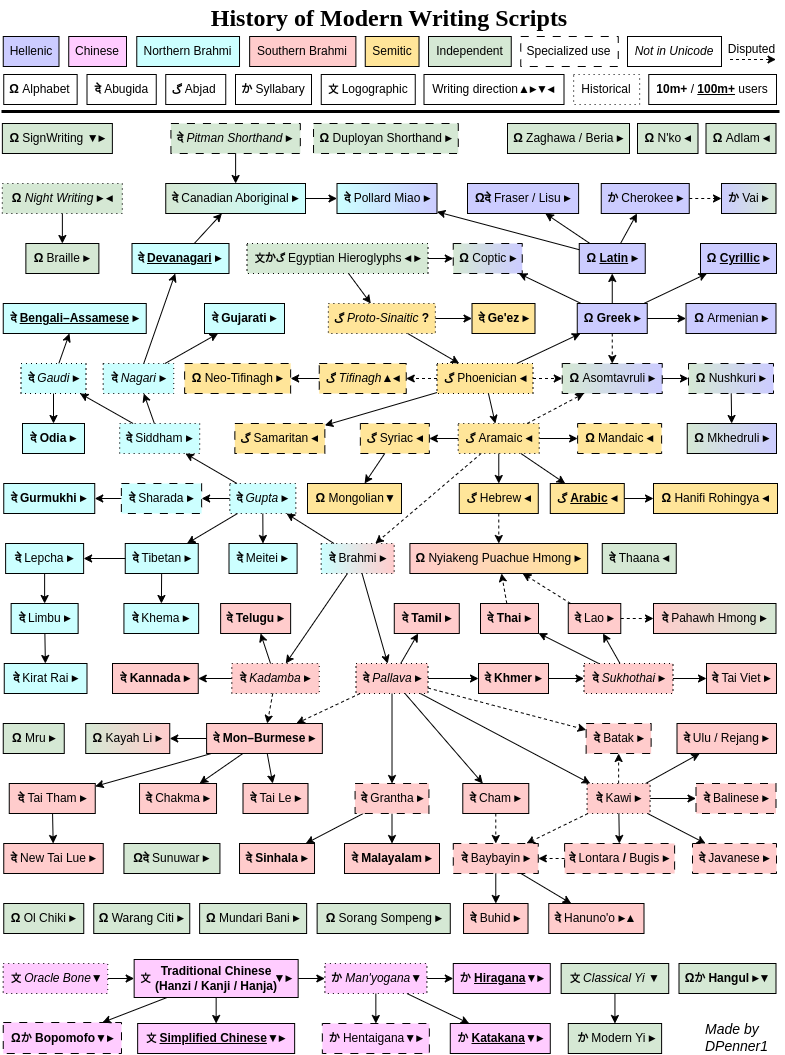
This is Modern Script History.png from DPenner1/WritingSystemHistory, a draw.io export, as it was before one commit. Source tidied: cells renumbered, new cells last; positions are measured from the earlier drawing's top-left corner, leaving out a move shared by most shapes.
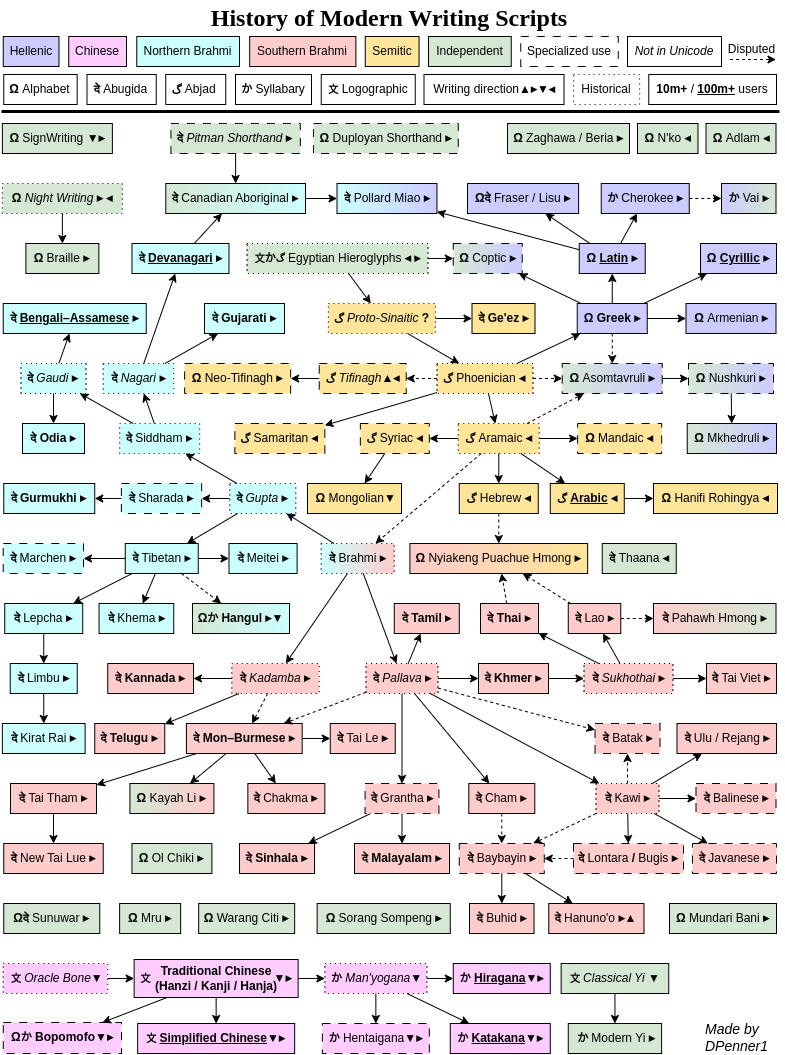
After the change.

What changed in the source:
```diff
@@ -102,7 +102,7 @@
       <mxGeometry x="477" y="663" width="70" height="30" as="geometry" />
     </mxCell>
     <mxCell id="35" value="&lt;b style=&quot;font-style: normal;&quot;&gt;दे&amp;nbsp;&lt;/b&gt;Pallava&lt;span style=&quot;font-style: normal; font-weight: 700;&quot;&gt;&amp;nbsp;▸&lt;/span&gt;" style="whiteSpace=wrap;html=1;dashed=1;dashPattern=1 4;fillColor=#FFCCCC;fontStyle=2;" parent="1" vertex="1">
-      <mxGeometry x="354.5" y="663" width="72" height="30" as="geometry" />
+      <mxGeometry x="364.5" y="663" width="72" height="30" as="geometry" />
     </mxCell>
     <mxCell id="36" style="endArrow=classic;html=1;" parent="1" edge="1" source="19" target="35">
       <mxGeometry x="303" y="585" as="geometry" />
@@ -120,7 +120,7 @@
       <mxGeometry x="850" y="835" as="geometry" />
     </mxCell>
     <mxCell id="41" value="&lt;b&gt;दे Mon&lt;/b&gt;–Burmese&amp;nbsp;▸" style="whiteSpace=wrap;html=1;fontStyle=1;fillColor=#FFCCCC;" parent="1" vertex="1">
-      <mxGeometry x="205.1" y="723" width="115.8" height="30" as="geometry" />
+      <mxGeometry x="184.9" y="723" width="115.8" height="30" as="geometry" />
     </mxCell>
     <mxCell id="42" style="endArrow=classic;html=1;dashed=1;" parent="1" edge="1" source="35" target="41">
       <mxGeometry x="636" y="705" as="geometry" />
@@ -132,10 +132,10 @@
       <mxGeometry x="230.2" y="663" width="87.5" height="30" as="geometry" />
     </mxCell>
     <mxCell id="45" value="&lt;b&gt;दे&amp;nbsp;&lt;/b&gt;Telugu&amp;nbsp;▸" style="whiteSpace=wrap;html=1;fontStyle=1;fillColor=#FFCCCC;" parent="1" vertex="1">
-      <mxGeometry x="219.1" y="603" width="70" height="30" as="geometry" />
+      <mxGeometry x="93.2" y="723" width="70" height="30" as="geometry" />
     </mxCell>
     <mxCell id="46" value="&lt;b&gt;दे&amp;nbsp;&lt;/b&gt;Kannada&amp;nbsp;▸" style="whiteSpace=wrap;html=1;fontStyle=1;fillColor=#FFCCCC;" parent="1" vertex="1">
-      <mxGeometry x="111" y="663" width="85.8" height="30" as="geometry" />
+      <mxGeometry x="106.2" y="663" width="85.8" height="30" as="geometry" />
     </mxCell>
     <mxCell id="47" style="endArrow=classic;html=1;" parent="1" edge="1" source="44" target="45">
       <mxGeometry x="584" y="637" as="geometry" />
@@ -188,8 +188,8 @@
     <mxCell id="63" style="endArrow=classic;html=1;" parent="1" edge="1" source="140" target="62">
       <mxGeometry x="860" y="845" as="geometry" />
     </mxCell>
-    <mxCell id="64" value="&lt;b&gt;Ω&lt;/b&gt;&lt;span style=&quot;font-size: 11px;&quot;&gt;か&amp;nbsp;&lt;/span&gt;Hangul ▸&lt;b&gt;▼&lt;/b&gt;" style="whiteSpace=wrap;html=1;fontStyle=1;fillColor=#D5E8D4;" parent="1" vertex="1">
-      <mxGeometry x="677.5" y="963" width="97" height="30" as="geometry" />
+    <mxCell id="64" value="&lt;b&gt;Ω&lt;/b&gt;&lt;span style=&quot;font-size: 11px;&quot;&gt;か&amp;nbsp;&lt;/span&gt;Hangul ▸&lt;b&gt;▼&lt;/b&gt;" style="whiteSpace=wrap;html=1;fontStyle=1;fillColor=#D5E8D4;gradientColor=#CCFFFF;gradientDirection=east;" parent="1" vertex="1">
+      <mxGeometry x="191" y="603" width="97" height="30" as="geometry" />
     </mxCell>
     <mxCell id="65" value="&lt;span style=&quot;font-weight: 700;&quot;&gt;&lt;font style=&quot;font-size: 10px;&quot;&gt;&amp;nbsp;文&lt;/font&gt;&lt;/span&gt;&lt;span style=&quot;font-size: 11px; font-weight: 700;&quot;&gt;&amp;nbsp;&lt;/span&gt;&lt;i&gt;Oracle Bone&lt;/i&gt;&lt;b&gt;▼&lt;/b&gt;" style="whiteSpace=wrap;html=1;dashed=1;dashPattern=1 4;fillColor=#FFCCFF;" parent="1" vertex="1">
       <mxGeometry x="1.8" y="963" width="104.5" height="30" as="geometry" />
@@ -255,7 +255,7 @@
       <mxGeometry x="2.2" y="483" width="91" height="30" as="geometry" />
     </mxCell>
     <mxCell id="86" value="&lt;b style=&quot;font-style: normal;&quot;&gt;दे&amp;nbsp;&lt;/b&gt;&lt;span style=&quot;font-style: normal;&quot;&gt;Kawi&lt;/span&gt;&lt;span style=&quot;font-style: normal; font-weight: 700;&quot;&gt;&amp;nbsp;▸&lt;/span&gt;" style="whiteSpace=wrap;html=1;dashed=1;dashPattern=1 4;fillColor=#FFCCCC;fontStyle=2;" parent="1" vertex="1">
-      <mxGeometry x="585.6" y="783" width="63" height="30" as="geometry" />
+      <mxGeometry x="594.5" y="783" width="63" height="30" as="geometry" />
     </mxCell>
     <mxCell id="87" style="endArrow=classic;html=1;" parent="1" edge="1" source="35" target="86">
       <mxGeometry x="661" y="740" as="geometry" />
@@ -267,7 +267,7 @@
       <mxGeometry x="238" y="843" width="75" height="30" as="geometry" />
     </mxCell>
     <mxCell id="90" value="&lt;b&gt;दे&amp;nbsp;&lt;/b&gt;Malayalam&amp;nbsp;▸" style="whiteSpace=wrap;html=1;fontStyle=1;fillColor=#FFCCCC;" parent="1" vertex="1">
-      <mxGeometry x="343" y="843" width="95" height="30" as="geometry" />
+      <mxGeometry x="353" y="843" width="95" height="30" as="geometry" />
     </mxCell>
     <mxCell id="91" value="&lt;span style=&quot;font-weight: 700;&quot;&gt;&lt;font style=&quot;font-size: 10px;&quot;&gt;文&lt;/font&gt;&lt;/span&gt;&lt;span style=&quot;font-size: 11px; font-weight: 700;&quot;&gt;&amp;nbsp;&lt;/span&gt;&lt;i&gt;Classical Yi&lt;/i&gt;&amp;nbsp;&lt;b&gt;▼&lt;/b&gt;" style="whiteSpace=wrap;html=1;fillColor=#D5E8D4;" parent="1" vertex="1">
       <mxGeometry x="559.6" y="963" width="107.6" height="30" as="geometry" />
@@ -285,7 +285,7 @@
       <mxGeometry x="600.8" y="543" width="74" height="30" as="geometry" />
     </mxCell>
     <mxCell id="96" value="&lt;b&gt;दे&amp;nbsp;&lt;/b&gt;Batak&lt;span style=&quot;font-weight: 700;&quot;&gt;&amp;nbsp;▸&lt;/span&gt;" style="whiteSpace=wrap;html=1;fillColor=#FFCCCC;dashed=1;dashPattern=8 8;" parent="1" vertex="1">
-      <mxGeometry x="584.6" y="723" width="65" height="30" as="geometry" />
+      <mxGeometry x="593.5" y="723" width="65" height="30" as="geometry" />
     </mxCell>
     <mxCell id="97" style="endArrow=classic;html=1;dashed=1;" parent="1" edge="1" source="86" target="96">
       <mxGeometry x="303" y="585" as="geometry" />
@@ -300,13 +300,13 @@
       <mxGeometry x="973" y="830" as="geometry" />
     </mxCell>
     <mxCell id="101" value="&lt;b&gt;दे&amp;nbsp;&lt;/b&gt;Buhid&lt;span style=&quot;font-weight: 700;&quot;&gt;&amp;nbsp;▸&lt;/span&gt;" style="whiteSpace=wrap;html=1;fillColor=#FFCCCC;" parent="1" vertex="1">
-      <mxGeometry x="462" y="903" width="64.5" height="30" as="geometry" />
+      <mxGeometry x="468" y="903" width="64.5" height="30" as="geometry" />
     </mxCell>
     <mxCell id="102" style="endArrow=classic;html=1;dashed=1;" parent="1" edge="1" source="86" target="147">
       <mxGeometry x="671" y="750" as="geometry" />
     </mxCell>
     <mxCell id="103" value="&lt;b&gt;दे&amp;nbsp;&lt;/b&gt;Cham&lt;span style=&quot;font-weight: 700;&quot;&gt;&amp;nbsp;▸&lt;/span&gt;" style="whiteSpace=wrap;html=1;fontStyle=0;fillColor=#FFCCCC;" parent="1" vertex="1">
-      <mxGeometry x="461.3" y="783" width="66" height="30" as="geometry" />
+      <mxGeometry x="467.3" y="783" width="66" height="30" as="geometry" />
     </mxCell>
     <mxCell id="104" style="endArrow=classic;html=1;" parent="1" edge="1" source="35" target="103">
       <mxGeometry x="691" y="770" as="geometry" />
@@ -318,16 +318,16 @@
       <mxGeometry x="652" y="603" width="122.5" height="30" as="geometry" />
     </mxCell>
     <mxCell id="107" value="&lt;b&gt;दे&amp;nbsp;&lt;/b&gt;Tai Tham&lt;span style=&quot;font-weight: 700;&quot;&gt;&amp;nbsp;▸&lt;/span&gt;" style="whiteSpace=wrap;html=1;fillColor=#FFCCCC;" parent="1" vertex="1">
-      <mxGeometry x="7.8" y="783" width="86" height="30" as="geometry" />
+      <mxGeometry x="9" y="783" width="86" height="30" as="geometry" />
     </mxCell>
     <mxCell id="108" value="&lt;b&gt;दे&lt;/b&gt;&lt;b style=&quot;font-size: 11px;&quot;&gt;&amp;nbsp;&lt;/b&gt;Lepcha&amp;nbsp;&lt;b&gt;▸&lt;/b&gt;" style="whiteSpace=wrap;html=1;fillColor=#CCFFFF;" parent="1" vertex="1">
-      <mxGeometry x="4.1" y="543" width="78" height="30" as="geometry" />
+      <mxGeometry x="3.2" y="603" width="78" height="30" as="geometry" />
     </mxCell>
     <mxCell id="109" style="endArrow=classic;html=1;" parent="1" edge="1" source="25" target="108">
       <mxGeometry x="333" y="615" as="geometry" />
     </mxCell>
     <mxCell id="110" value="&lt;b&gt;दे&lt;/b&gt;&lt;b style=&quot;font-size: 11px;&quot;&gt;&amp;nbsp;&lt;/b&gt;Limbu&amp;nbsp;&lt;b&gt;▸&lt;/b&gt;" style="whiteSpace=wrap;html=1;fillColor=#CCFFFF;" parent="1" vertex="1">
-      <mxGeometry x="9.6" y="603" width="67" height="30" as="geometry" />
+      <mxGeometry x="8.7" y="663" width="67" height="30" as="geometry" />
     </mxCell>
     <mxCell id="111" style="endArrow=classic;html=1;" parent="1" edge="1" source="108" target="110">
       <mxGeometry x="343" y="625" as="geometry" />
@@ -366,7 +366,7 @@
       <mxGeometry x="333" y="615" as="geometry" />
     </mxCell>
     <mxCell id="123" value="&lt;b&gt;दे&amp;nbsp;&lt;/b&gt;Tai Le&lt;span style=&quot;font-weight: 700;&quot;&gt;&amp;nbsp;▸&lt;/span&gt;" style="whiteSpace=wrap;html=1;fillColor=#FFCCCC;" parent="1" vertex="1">
-      <mxGeometry x="241.5" y="783" width="65" height="30" as="geometry" />
+      <mxGeometry x="328.7" y="723" width="65" height="30" as="geometry" />
     </mxCell>
     <mxCell id="124" style="endArrow=classic;html=1;" parent="1" edge="1" source="41" target="123">
       <mxGeometry x="313" y="595" as="geometry" />
@@ -441,7 +441,7 @@
       <mxGeometry x="850" y="835" as="geometry" />
     </mxCell>
     <mxCell id="147" value="&lt;b&gt;दे&amp;nbsp;&lt;/b&gt;Baybayin&lt;span style=&quot;font-weight: 700;&quot;&gt;&amp;nbsp;▸&lt;/span&gt;" style="whiteSpace=wrap;html=1;dashed=1;fillColor=#FFCCCC;dashPattern=8 8;" parent="1" vertex="1">
-      <mxGeometry x="451.8" y="843" width="85" height="30" as="geometry" />
+      <mxGeometry x="457.8" y="843" width="85" height="30" as="geometry" />
     </mxCell>
     <mxCell id="148" style="endArrow=classic;html=1;" parent="1" edge="1" source="147" target="101">
       <mxGeometry x="671" y="750" as="geometry" />
@@ -480,13 +480,13 @@
       <mxGeometry x="620" y="850" as="geometry" />
     </mxCell>
     <mxCell id="160" value="&lt;b&gt;Ω&lt;/b&gt;&lt;b&gt;&amp;nbsp;&lt;/b&gt;&lt;span style=&quot;font-weight: normal;&quot;&gt;Kayah Li&lt;/span&gt; ▸" style="whiteSpace=wrap;html=1;fontStyle=1;fillColor=#FFCCCC;gradientColor=#D5E8D4;gradientDirection=west;" parent="1" vertex="1">
-      <mxGeometry x="84.2" y="723" width="84" height="30" as="geometry" />
+      <mxGeometry x="128.4" y="783" width="84" height="30" as="geometry" />
     </mxCell>
     <mxCell id="161" style="endArrow=classic;html=1;" parent="1" edge="1" source="41" target="160">
       <mxGeometry x="636" y="705" as="geometry" />
     </mxCell>
     <mxCell id="162" value="&lt;b&gt;Ω&lt;/b&gt;&amp;nbsp;Ol Chiki&amp;nbsp;&lt;b&gt;▸&lt;/b&gt;" style="whiteSpace=wrap;html=1;fillColor=#D5E8D4;" parent="1" vertex="1">
-      <mxGeometry x="2.2" y="903" width="80" height="30" as="geometry" />
+      <mxGeometry x="130.4" y="843" width="80" height="30" as="geometry" />
     </mxCell>
     <mxCell id="163" value="&lt;b&gt;दे&lt;/b&gt;&lt;b style=&quot;font-size: 11px;&quot;&gt;&amp;nbsp;&lt;/b&gt;Ulu / Rejang&amp;nbsp;&lt;span style=&quot;font-weight: 700;&quot;&gt;▸&lt;/span&gt;" style="whiteSpace=wrap;html=1;fillColor=#FFCCCC;" parent="1" vertex="1">
       <mxGeometry x="675.5" y="723" width="99.5" height="30" as="geometry" />
@@ -498,7 +498,7 @@
       <mxGeometry x="227.5" y="543" width="68.1" height="30" as="geometry" />
     </mxCell>
     <mxCell id="166" value="&lt;b&gt;दे&amp;nbsp;&lt;/b&gt;Chakma&lt;span style=&quot;font-weight: 700;&quot;&gt;&amp;nbsp;▸&lt;/span&gt;" style="whiteSpace=wrap;html=1;fillColor=#FFCCCC;" parent="1" vertex="1">
-      <mxGeometry x="138" y="783" width="77" height="30" as="geometry" />
+      <mxGeometry x="246.4" y="783" width="77" height="30" as="geometry" />
     </mxCell>
     <mxCell id="167" style="endArrow=classic;html=1;" parent="1" edge="1" source="41" target="166">
       <mxGeometry x="313" y="595" as="geometry" />
@@ -510,10 +510,10 @@
       <mxGeometry x="333" y="615" as="geometry" />
     </mxCell>
     <mxCell id="170" value="&lt;b&gt;Ω&lt;/b&gt;&amp;nbsp;Mru&amp;nbsp;&lt;b&gt;▸&lt;/b&gt;" style="whiteSpace=wrap;html=1;fillColor=#D5E8D4;" parent="1" vertex="1">
-      <mxGeometry x="1.7" y="723" width="61" height="30" as="geometry" />
+      <mxGeometry x="118.1" y="903" width="61" height="30" as="geometry" />
     </mxCell>
     <mxCell id="171" value="&lt;b&gt;Ω&lt;/b&gt;&amp;nbsp;Warang Citi&amp;nbsp;&lt;b&gt;▸&lt;/b&gt;" style="whiteSpace=wrap;html=1;fillColor=#D5E8D4;" parent="1" vertex="1">
-      <mxGeometry x="92.2" y="903" width="96" height="30" as="geometry" />
+      <mxGeometry x="197.2" y="903" width="96" height="30" as="geometry" />
     </mxCell>
     <mxCell id="172" value="&lt;b&gt;Ω&amp;nbsp;&lt;/b&gt;Adlam&amp;nbsp;&lt;b&gt;◂&lt;/b&gt;" style="whiteSpace=wrap;html=1;fillColor=#D5E8D4;" parent="1" vertex="1">
       <mxGeometry x="704.5" y="123" width="70" height="30" as="geometry" />
@@ -525,7 +525,7 @@
       <mxGeometry x="662" y="472" as="geometry" />
     </mxCell>
     <mxCell id="175" value="&lt;b&gt;Ω&lt;/b&gt;&amp;nbsp;Mundari Bani&amp;nbsp;&lt;b&gt;▸&lt;/b&gt;" style="whiteSpace=wrap;html=1;fillColor=#D5E8D4;" parent="1" vertex="1">
-      <mxGeometry x="198.1" y="903" width="107" height="30" as="geometry" />
+      <mxGeometry x="668" y="903" width="107" height="30" as="geometry" />
     </mxCell>
     <mxCell id="176" style="endArrow=classic;html=1;" parent="1" edge="1" source="81" target="116">
       <mxGeometry x="352" y="750" as="geometry" />
@@ -588,7 +588,7 @@
       <mxGeometry x="3" y="4" width="186" height="30" as="geometry" />
     </mxCell>
     <mxCell id="195" value="&lt;b&gt;दे&amp;nbsp;&lt;/b&gt;Lontara&lt;span style=&quot;font-weight: 700;&quot;&gt;&amp;nbsp;/ &lt;/span&gt;Bugis&lt;span style=&quot;font-weight: 700;&quot;&gt; ▸&lt;/span&gt;" style="whiteSpace=wrap;html=1;dashed=1;fillColor=#FFCCCC;dashPattern=8 8;" parent="1" vertex="1">
-      <mxGeometry x="563.1" y="843" width="110" height="30" as="geometry" />
+      <mxGeometry x="572" y="843" width="110" height="30" as="geometry" />
     </mxCell>
     <mxCell id="196" style="endArrow=classic;html=1;" parent="1" edge="1" source="86" target="195">
       <mxGeometry x="671" y="750" as="geometry" />
@@ -606,22 +606,22 @@
       <mxGeometry x="303" y="585" as="geometry" />
     </mxCell>
     <mxCell id="201" value="&lt;b&gt;दे&amp;nbsp;&lt;/b&gt;Grantha&lt;span style=&quot;font-weight: 700;&quot;&gt;&amp;nbsp;▸&lt;/span&gt;" style="whiteSpace=wrap;html=1;dashed=1;fillColor=#FFCCCC;dashPattern=8 8;" parent="1" vertex="1">
-      <mxGeometry x="353.6" y="783" width="73.8" height="30" as="geometry" />
+      <mxGeometry x="363.6" y="783" width="73.8" height="30" as="geometry" />
     </mxCell>
     <mxCell id="202" style="endArrow=classic;html=1;" parent="1" edge="1" source="35" target="201">
       <mxGeometry x="661" y="740" as="geometry" />
     </mxCell>
     <mxCell id="203" value="&lt;b&gt;दे&lt;/b&gt;&lt;b style=&quot;font-size: 11px;&quot;&gt;&amp;nbsp;&lt;/b&gt;&lt;span style=&quot;font-weight: 400;&quot;&gt;Kirat Rai&amp;nbsp;&lt;/span&gt;&lt;b&gt;▸&lt;/b&gt;" style="whiteSpace=wrap;html=1;fontStyle=1;fillColor=#CCFFFF;" parent="1" vertex="1">
-      <mxGeometry x="2.7" y="663" width="82.8" height="30" as="geometry" />
+      <mxGeometry x="0.9" y="723" width="82.8" height="30" as="geometry" />
     </mxCell>
     <mxCell id="204" style="endArrow=classic;html=1;" parent="1" edge="1" source="110" target="203">
       <mxGeometry x="364" y="850" as="geometry" />
     </mxCell>
     <mxCell id="205" value="&lt;b&gt;Ω&lt;/b&gt;&lt;b&gt;दे&lt;/b&gt;&amp;nbsp;Sunuwar&amp;nbsp;&lt;b&gt;▸&lt;/b&gt;" style="whiteSpace=wrap;html=1;fillColor=#D5E8D4;" parent="1" vertex="1">
-      <mxGeometry x="122.4" y="843" width="96" height="30" as="geometry" />
+      <mxGeometry x="2.2" y="903" width="96" height="30" as="geometry" />
     </mxCell>
     <mxCell id="206" value="&lt;b&gt;दे&lt;/b&gt;&lt;b style=&quot;font-size: 11px;&quot;&gt;&amp;nbsp;&lt;/b&gt;&lt;span style=&quot;font-weight: normal;&quot;&gt;Khema&lt;/span&gt;&lt;span style=&quot;font-weight: 400;&quot;&gt;&amp;nbsp;&lt;/span&gt;&lt;b&gt;▸&lt;/b&gt;" style="whiteSpace=wrap;html=1;fontStyle=1;fillColor=#CCFFFF;" parent="1" vertex="1">
-      <mxGeometry x="122.4" y="603" width="74.7" height="30" as="geometry" />
+      <mxGeometry x="97.6" y="603" width="74.7" height="30" as="geometry" />
     </mxCell>
     <mxCell id="207" style="endArrow=classic;html=1;" parent="1" edge="1" source="25" target="206">
       <mxGeometry x="333" y="615" as="geometry" />
@@ -653,7 +653,7 @@
     <mxCell id="216" style="endArrow=classic;html=1;dashed=1;" parent="1" edge="1" source="38" target="209">
       <mxGeometry x="671" y="750" as="geometry" />
     </mxCell>
-    <mxCell id="217" style="endArrow=classic;html=1;" parent="1" edge="1" source="21" target="165">
+    <mxCell id="217" style="endArrow=classic;html=1;" parent="1" edge="1" source="25" target="165">
       <mxGeometry x="333" y="615" as="geometry" />
     </mxCell>
     <mxCell id="218" value="&lt;b&gt;Ω&lt;/b&gt;&lt;b&gt;&amp;nbsp;&lt;/b&gt;&lt;i&gt;Night&lt;/i&gt; &lt;i&gt;Writing&lt;/i&gt;&amp;nbsp;&lt;b&gt;▸&amp;nbsp;&lt;/b&gt;&lt;b&gt;◂&lt;/b&gt;" style="whiteSpace=wrap;html=1;dashed=1;dashPattern=1 4;fillColor=#D5E8D4;" parent="1" vertex="1">
@@ -662,5 +662,14 @@
     <mxCell id="219" style="endArrow=classic;html=1;" parent="1" edge="1" source="218" target="154">
       <mxGeometry x="352" y="750" as="geometry" />
     </mxCell>
+    <mxCell id="220" style="endArrow=classic;html=1;dashed=1;" parent="1" edge="1" source="25" target="64">
+      <mxGeometry x="333" y="615" as="geometry" />
+    </mxCell>
+    <mxCell id="221" value="&lt;b&gt;दे&lt;/b&gt;&lt;b style=&quot;font-size: 11px;&quot;&gt;&amp;nbsp;&lt;/b&gt;Marchen&amp;nbsp;&lt;b&gt;▸&lt;/b&gt;" style="whiteSpace=wrap;html=1;dashed=1;fillColor=#CCFFFF;dashPattern=8 8;" parent="1" vertex="1">
+      <mxGeometry x="1.8" y="543" width="80.2" height="30" as="geometry" />
+    </mxCell>
+    <mxCell id="222" style="endArrow=classic;html=1;" parent="1" edge="1" source="25" target="221">
+      <mxGeometry x="333" y="615" as="geometry" />
+    </mxCell>
   </root>
 </mxGraphModel>
```
